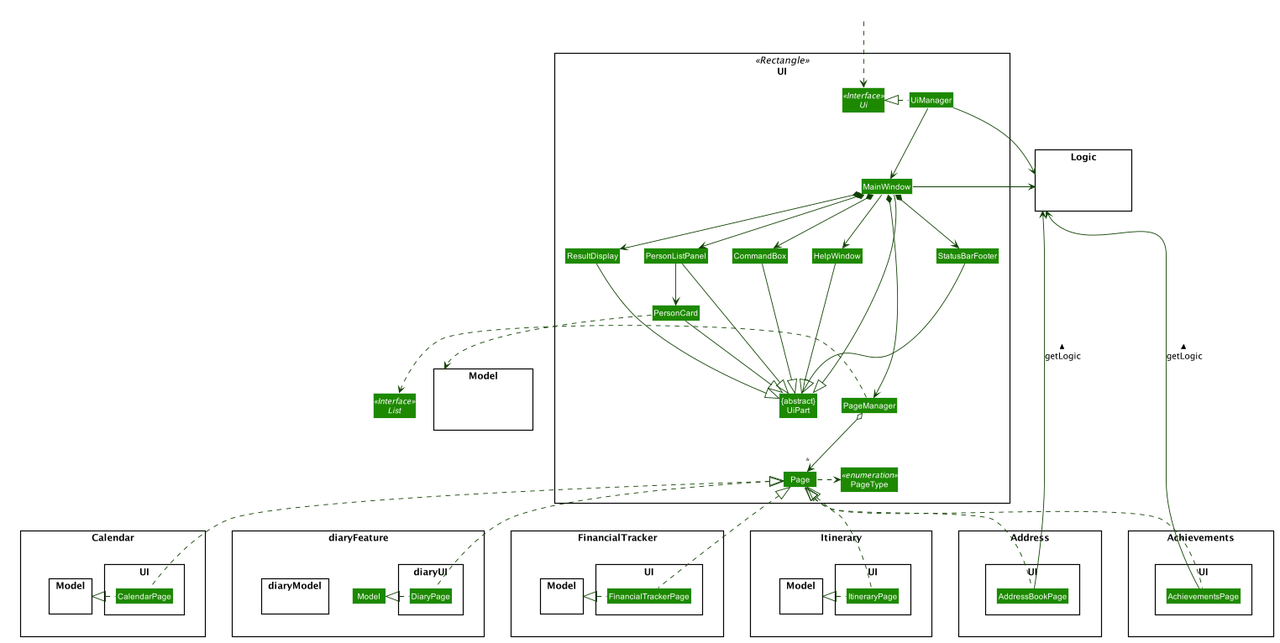
Before: docs/images/UiClassDiagram.png, a diagram exported from PlantUML (nus-cs2103-AY1920S1/addressbook-level3).
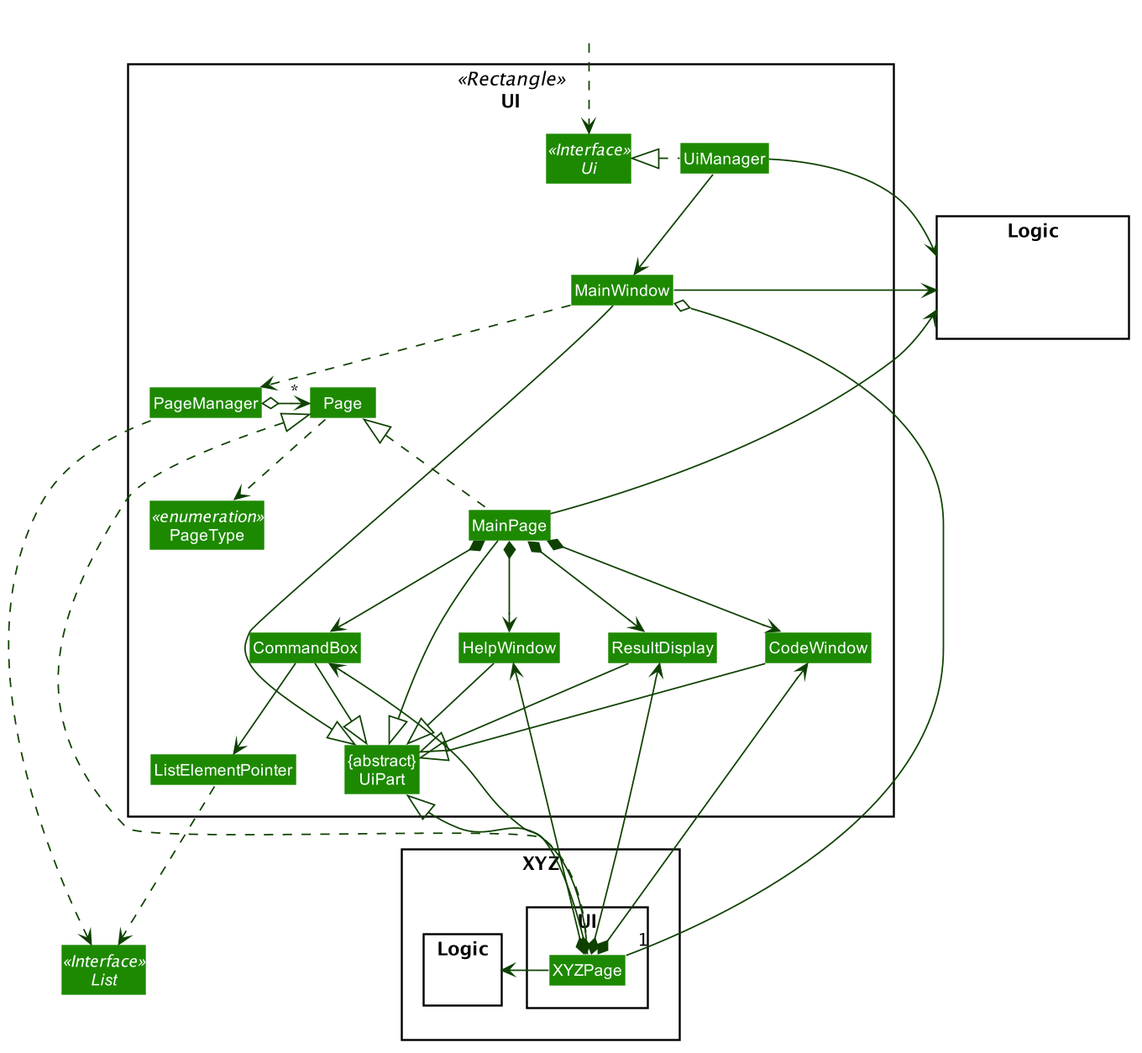
Above is the later version.

Diff of the diagram source:
```diff
@@ -58,64 +58,22 @@
 Class MainWindow
 Class HelpWindow
 Class ResultDisplay
-Class PersonListPanel
-Class PersonCard
-Class StatusBarFooter
 Class CommandBox
 class PageManager
 class PageType <<enumeration>>
 class Page
+Class ListElementPointer
+Class MainPage
 }
 
-namespace Achievements {
+namespace XYZ {
 namespace UI {
-Class AchievementsPage
+Class XYZPage
+}
+namespace Logic {
 }
 }
 
-namespace Address{
-namespace UI {
-Class AddressBookPage
-}
-}
-
-namespace Calendar{
-namespace Model {
-}
-namespace UI {
-Class CalendarPage
-}
-}
-
-namespace diaryFeature{
-namespace diaryModel {
-}
-namespace diaryUI {
-Class DiaryPage
-}
-}
-
-namespace FinancialTracker {
-namespace Model {
-}
-namespace UI {
-Class FinancialTrackerPage
-}
-}
-
-namespace Itinerary {
-namespace Model {
-}
-namespace UI {
-Class ItineraryPage
-}
-}
-
-
-
-package Model <<Rectangle>> {
-Class HiddenModel #FFFFFF
-}
 
 package Logic <<Rectangle>> {
 Class HiddenLogic #FFFFFF
@@ -128,57 +86,47 @@
 
 UI.UiManager .left.|> UI.Ui
 UI.UiManager -down-> UI.MainWindow
-UI.MainWindow --> UI.HelpWindow
-UI.MainWindow *-down-> UI.CommandBox
-UI.MainWindow *-down-> UI.ResultDisplay
-UI.MainWindow *-down-> UI.PersonListPanel
-UI.MainWindow *-down-> UI.StatusBarFooter
-UI.MainWindow *-down-> UI.PageManager
+UI.MainWindow .down.> UI.PageManager
+UI.MainWindow o-down- "1" XYZ.UI.XYZPage
 
 UI.PageManager .left.> List
 UI.PageManager o-right-> "*" UI.Page
 
 UI.Page .> UI.PageType
 
-Achievements.UI.AchievementsPage .up.|> UI.Page
-Achievements.UI.AchievementsPage -left-> Logic :getLogic >
-Address.UI.AddressBookPage .up.|> UI.Page
-Address.UI.AddressBookPage -left-> Logic :getLogic >
-Calendar.UI.CalendarPage .up.|> UI.Page
-Calendar.UI.CalendarPage .left.|> Calendar.Model
-diaryFeature.diaryUI.DiaryPage .up.|> UI.Page
-diaryFeature.diaryUI.DiaryPage .left.|> diaryFeature.Model
-FinancialTracker.UI.FinancialTrackerPage .up.|> UI.Page
-FinancialTracker.UI.FinancialTrackerPage .left.|> FinancialTracker.Model
-Itinerary.UI.ItineraryPage .up.|> UI.Page
-Itinerary.UI.ItineraryPage .left.|> Itinerary.Model
+XYZ.UI.XYZPage .up.|> UI.Page
+XYZ.UI.XYZPage -up-|> UI.UiPart
+XYZ.UI.XYZPage *-up-> UI.CommandBox
+XYZ.UI.XYZPage *-up-> UI.ResultDisplay
+XYZ.UI.XYZPage *-up-> UI.HelpWindow
+XYZ.UI.XYZPage *-up-> UI.CodeWindow
+XYZ.UI.XYZPage -left-> XYZ.Logic
 
-UI.PersonListPanel -down-> UI.PersonCard
+UI.MainPage .up.|> UI.Page
+UI.MainPage -up-|> UI.UiPart
+UI.MainPage *--> UI.CommandBox
+UI.MainPage *--> UI.ResultDisplay
+UI.MainPage *--> UI.HelpWindow
+UI.MainPage *--> UI.CodeWindow
+UI.MainPage --> Logic
 
 UI.MainWindow -left-|> UI.UiPart
 
 UI.ResultDisplay --|> UI.UiPart
 UI.CommandBox --|> UI.UiPart
-UI.PersonListPanel --|> UI.UiPart
-UI.PersonCard --|> UI.UiPart
-UI.StatusBarFooter --|> UI.UiPart
 UI.HelpWindow -down-|> UI.UiPart
+UI.CodeWindow -down-|> UI.UiPart
 
-UI.PersonCard ..> Model
 UI.UiManager -right-> Logic
 UI.MainWindow -left-> Logic
 
-UI.PersonListPanel -[hidden]left- UI.HelpWindow
 UI.HelpWindow -[hidden]left- UI.CommandBox
 UI.CommandBox -[hidden]left- UI.ResultDisplay
-UI.ResultDisplay -[hidden]left- UI.StatusBarFooter
 
 UI.MainWindow -[hidden]-|> UI.UiPart
 UI.UiPart -[hidden]down-> UI.Page
-Address -[hidden]left-> Achievements
-Address -[hidden]right-> Calendar
-Address -[hidden]right-> diaryFeature
-Address -[hidden]right-> FinancialTracker
-Address -[hidden]right-> Itinerary
 UI.PageManager -[hidden]down-> UI.PageType
+
+UI.CommandBox --> UI.ListElementPointer
+UI.ListElementPointer  ..> List
 @enduml
```
